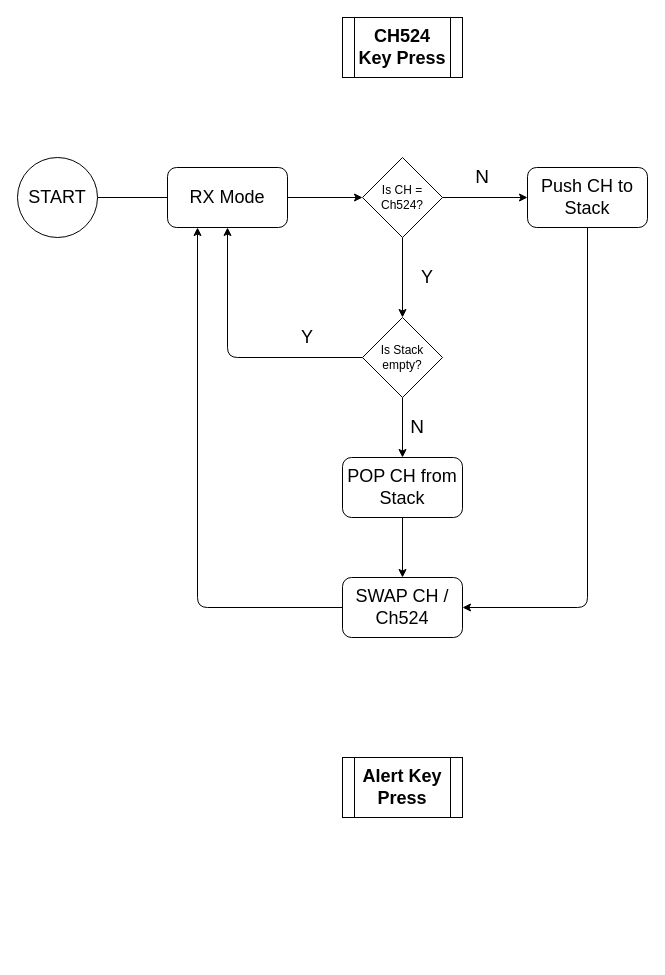
Earlier version of the draw.io diagram Untitled Diagram.drawio (kevinl8890/flowchart). Source tidied: cells renumbered, new cells numbered last; positions are measured from the earlier drawing's top-left corner, leaving out a move shared by most shapes. Both pictures are drawn from the tidied source at 100%, with x=0, y=0 at pixel (17, 17).
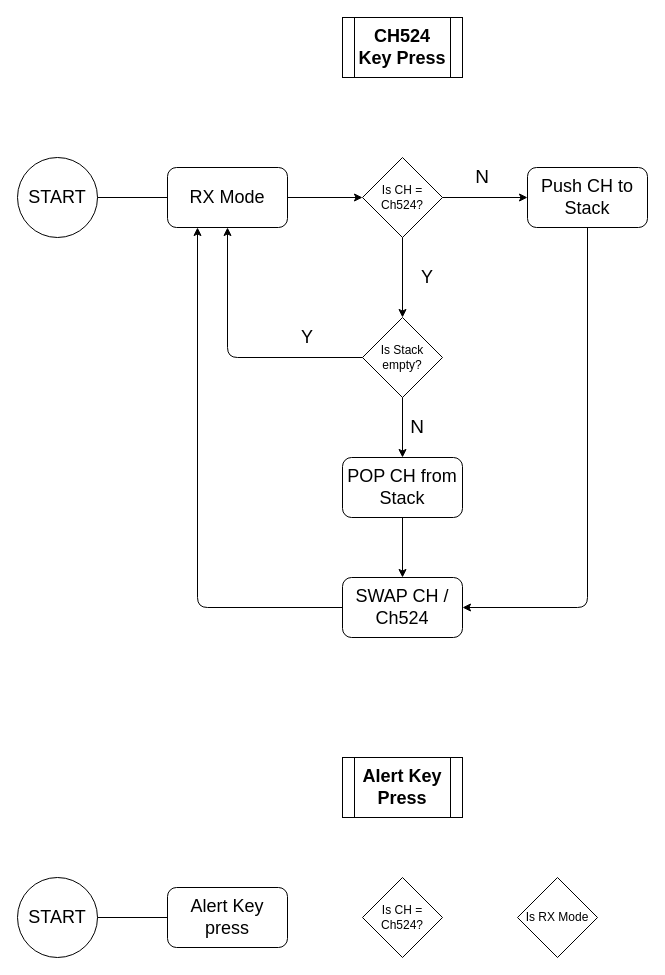
Above is the later version.

The edit, as a diff of the source:
```diff
@@
+    <mxCell id="24" value="&lt;font style=&quot;font-size: 18px&quot;&gt;START&lt;/font&gt;" style="ellipse;whiteSpace=wrap;html=1;" parent="1" vertex="1">
+      <mxGeometry y="860" width="80" height="80" as="geometry" />
+    </mxCell>
+    <mxCell id="25" value="Is CH = Ch524?" style="rhombus;whiteSpace=wrap;html=1;" parent="1" vertex="1">
+      <mxGeometry x="345" y="860" width="80" height="80" as="geometry" />
+    </mxCell>
+    <mxCell id="26" value="Is RX Mode" style="rhombus;whiteSpace=wrap;html=1;" parent="1" vertex="1">
+      <mxGeometry x="500" y="860" width="80" height="80" as="geometry" />
+    </mxCell>
+    <mxCell id="27" value="&lt;font style=&quot;font-size: 18px&quot;&gt;Alert Key press&lt;/font&gt;" style="rounded=1;whiteSpace=wrap;html=1;" parent="1" vertex="1">
+      <mxGeometry x="150" y="870" width="120" height="60" as="geometry" />
+    </mxCell>
+    <mxCell id="28" style="endArrow=none;html=1;exitX=1;exitY=0.5;exitDx=0;exitDy=0;entryX=0;entryY=0.5;entryDx=0;entryDy=0;" parent="1" edge="1" source="24" target="27">
+      <mxGeometry relative="1" as="geometry" />
+    </mxCell>
```
